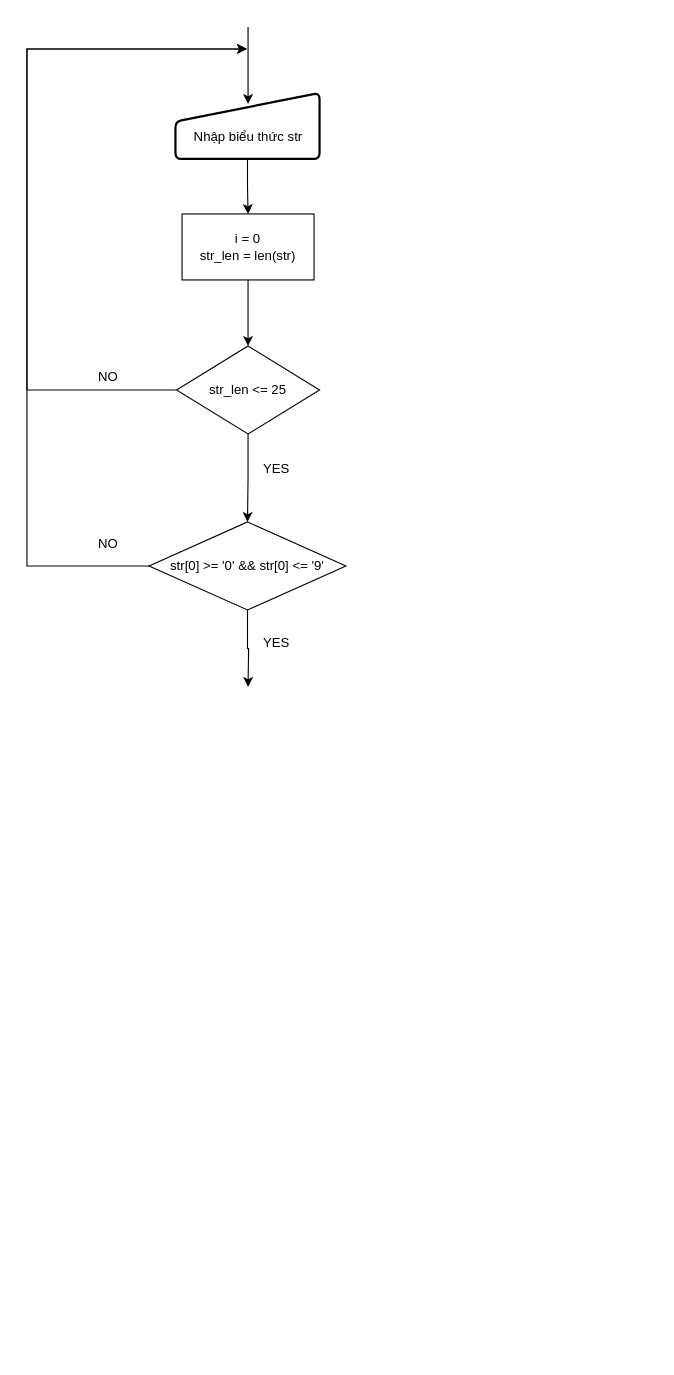
This is page "Input & Validation" (2 of 2) of Diagram.drawio from behitek/draw.io, a draw.io file, before an edit. Source tidied: cells renumbered, new cells numbered last; positions are measured from the earlier drawing's top-left corner, leaving out a move shared by most shapes. Both pictures are drawn from the tidied source at 110%, with x=0, y=0 at pixel (26, 26).
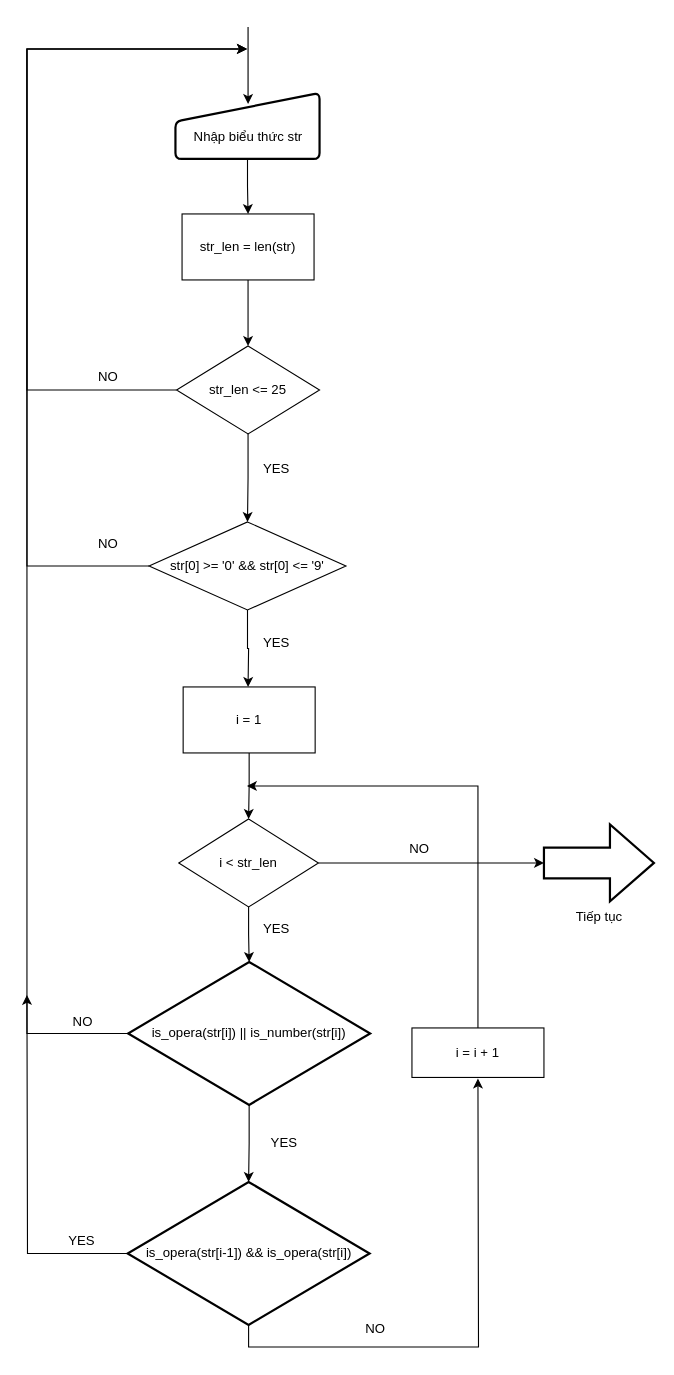
The same page after the edit.

Change to the diagram source:
```diff
@@
-    <mxCell id="3" value="i = 0&lt;br&gt;str_len = len(str)&lt;br&gt;" style="rounded=0;whiteSpace=wrap;html=1;" parent="1" vertex="1">
+    <mxCell id="3" value="str_len = len(str)&lt;br&gt;" style="rounded=0;whiteSpace=wrap;html=1;" parent="1" vertex="1">
       <mxGeometry x="141" y="170" width="120" height="60" as="geometry" />
     </mxCell>
@@
+    <mxCell id="18" style="edgeStyle=orthogonalEdgeStyle;rounded=0;jettySize=auto;html=1;" parent="1" edge="1" source="19" target="22">
+      <mxGeometry relative="1" as="geometry" />
+    </mxCell>
+    <mxCell id="19" value="i = 1" style="rounded=0;whiteSpace=wrap;html=1;" parent="1" vertex="1">
+      <mxGeometry x="142" y="600" width="120" height="60" as="geometry" />
+    </mxCell>
+    <mxCell id="20" style="edgeStyle=orthogonalEdgeStyle;rounded=0;jettySize=auto;html=1;exitX=1;exitY=0.5;exitDx=0;exitDy=0;" parent="1" edge="1" source="22">
+      <mxGeometry relative="1" as="geometry">
+        <mxPoint x="470" y="760" as="targetPoint" />
+      </mxGeometry>
+    </mxCell>
+    <mxCell id="21" style="edgeStyle=orthogonalEdgeStyle;rounded=0;jettySize=auto;html=1;" parent="1" edge="1" source="22" target="26">
+      <mxGeometry relative="1" as="geometry" />
+    </mxCell>
+    <mxCell id="22" value="i &amp;lt; str_len" style="rhombus;whiteSpace=wrap;html=1;" parent="1" vertex="1">
+      <mxGeometry x="138" y="720" width="127" height="80" as="geometry" />
+    </mxCell>
+    <mxCell id="23" value="NO" style="text;html=1;align=left;verticalAlign=top;spacingTop=-4;" parent="1" vertex="1">
+      <mxGeometry x="346" y="737" width="30" height="20" as="geometry" />
+    </mxCell>
+    <mxCell id="24" style="edgeStyle=orthogonalEdgeStyle;rounded=0;jettySize=auto;html=1;exitX=0;exitY=0.5;exitDx=0;exitDy=0;exitPerimeter=0;" parent="1" edge="1" source="26">
+      <mxGeometry relative="1" as="geometry">
+        <mxPoint x="200" y="20" as="targetPoint" />
+        <Array as="points">
+          <mxPoint y="915" />
+          <mxPoint y="20" />
+        </Array>
+      </mxGeometry>
+    </mxCell>
+    <mxCell id="25" style="edgeStyle=orthogonalEdgeStyle;rounded=0;jettySize=auto;html=1;exitX=0.5;exitY=1;exitDx=0;exitDy=0;exitPerimeter=0;entryX=0.5;entryY=0;entryDx=0;entryDy=0;entryPerimeter=0;" parent="1" edge="1" source="26" target="30">
+      <mxGeometry relative="1" as="geometry" />
+    </mxCell>
+    <mxCell id="26" value="is_opera(str[i]) || is_number(str[i])" style="strokeWidth=2;html=1;shape=mxgraph.flowchart.decision;whiteSpace=wrap;" parent="1" vertex="1">
+      <mxGeometry x="92" y="850" width="220" height="130" as="geometry" />
+    </mxCell>
+    <mxCell id="27" value="NO" style="text;html=1;align=left;verticalAlign=top;spacingTop=-4;" parent="1" vertex="1">
+      <mxGeometry x="40" y="895" width="30" height="20" as="geometry" />
+    </mxCell>
+    <mxCell id="28" style="edgeStyle=orthogonalEdgeStyle;rounded=0;jettySize=auto;html=1;exitX=0;exitY=0.5;exitDx=0;exitDy=0;exitPerimeter=0;" parent="1" edge="1" source="30">
+      <mxGeometry relative="1" as="geometry">
+        <mxPoint y="880" as="targetPoint" />
+      </mxGeometry>
+    </mxCell>
+    <mxCell id="29" style="edgeStyle=orthogonalEdgeStyle;rounded=0;jettySize=auto;html=1;exitX=0.5;exitY=1;exitDx=0;exitDy=0;exitPerimeter=0;" parent="1" edge="1" source="30">
+      <mxGeometry relative="1" as="geometry">
+        <mxPoint x="410" y="956" as="targetPoint" />
+      </mxGeometry>
+    </mxCell>
+    <mxCell id="30" value="is_opera(str[i-1]) &amp;amp;&amp;amp; is_opera(str[i])" style="strokeWidth=2;html=1;shape=mxgraph.flowchart.decision;whiteSpace=wrap;" parent="1" vertex="1">
+      <mxGeometry x="91.5" y="1050" width="220" height="130" as="geometry" />
+    </mxCell>
+    <mxCell id="31" value="YES" style="text;html=1;align=left;verticalAlign=top;spacingTop=-4;" parent="1" vertex="1">
+      <mxGeometry x="36" y="1094" width="40" height="20" as="geometry" />
+    </mxCell>
+    <mxCell id="32" style="edgeStyle=orthogonalEdgeStyle;rounded=0;jettySize=auto;html=1;exitX=0.5;exitY=0;exitDx=0;exitDy=0;" parent="1" edge="1" source="33">
+      <mxGeometry relative="1" as="geometry">
+        <mxPoint x="200" y="690" as="targetPoint" />
+        <Array as="points">
+          <mxPoint x="410" y="690" />
+        </Array>
+      </mxGeometry>
+    </mxCell>
+    <mxCell id="33" value="i = i + 1" style="rounded=0;whiteSpace=wrap;html=1;" parent="1" vertex="1">
+      <mxGeometry x="350" y="910" width="120" height="45" as="geometry" />
+    </mxCell>
+    <mxCell id="34" value="NO" style="text;html=1;align=left;verticalAlign=top;spacingTop=-4;" parent="1" vertex="1">
+      <mxGeometry x="306" y="1174" width="30" height="20" as="geometry" />
+    </mxCell>
+    <mxCell id="35" value="Tiếp tục" style="verticalLabelPosition=bottom;verticalAlign=top;html=1;strokeWidth=2;shape=mxgraph.arrows2.arrow;dy=0.6;dx=40;notch=0;" parent="1" vertex="1">
+      <mxGeometry x="470" y="725" width="100" height="70" as="geometry" />
+    </mxCell>
+    <mxCell id="36" value="YES" style="text;html=1;align=left;verticalAlign=top;spacingTop=-4;" parent="1" vertex="1">
+      <mxGeometry x="220" y="1005" width="40" height="20" as="geometry" />
+    </mxCell>
+    <mxCell id="37" value="YES" style="text;html=1;align=left;verticalAlign=top;spacingTop=-4;" parent="1" vertex="1">
+      <mxGeometry x="213" y="810" width="40" height="20" as="geometry" />
+    </mxCell>
```
